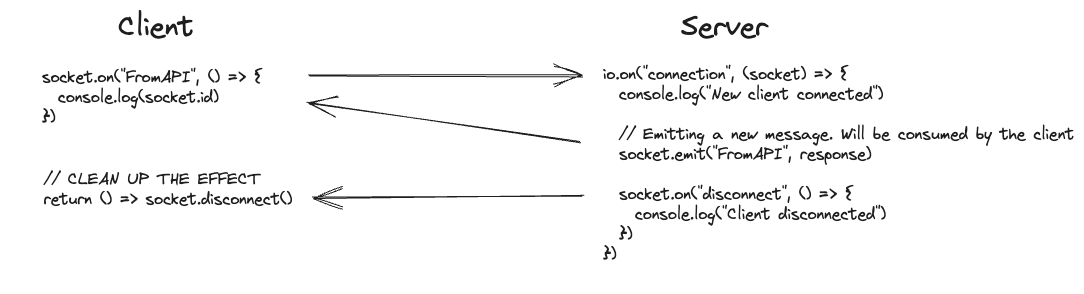
This is socket.io states.excalidraw.png from 11646729/socket-io, a Excalidraw export, as it was before one commit. Source tidied: one line per element, renumbered; positions are measured from the earlier drawing's top-left corner, leaving out a move shared by most shapes. Source of this version:
```json
{"id": 0, "type": "text", "text": "Client", "strokeColor": "#1e1e1e", "strokeWidth": 1, "roughness": 1, "fontSize": 28, "fontFamily": 1, "x": 108, "y": 0, "width": 76, "height": 35}
{"id": 1, "type": "text", "text": "Server", "strokeColor": "#1e1e1e", "strokeWidth": 1, "roughness": 1, "fontSize": 28, "fontFamily": 1, "x": 671, "y": 0, "width": 86, "height": 35}
{"id": 2, "type": "text", "text": "    socket.on(\"FromAPI\", () => {\n      console.log(socket.id)\n    })\n", "strokeColor": "#1e1e1e", "strokeWidth": 1, "roughness": 1, "fontSize": 16, "fontFamily": 1, "x": 0, "y": 58, "width": 253, "height": 80}
{"id": 3, "type": "text", "text": "io.on(\"connection\", (socket) => {\n  console.log(\"New client connected\")\n\n  // Emitting a new message. Will be consumed by the client\n  socket.emit(\"FromAPI\", response)\n\n  socket.on(\"disconnect\", () => {\n    console.log(\"Client disconnected\")\n  })\n})\n", "strokeColor": "#1e1e1e", "strokeWidth": 1, "roughness": 1, "fontSize": 16, "fontFamily": 1, "x": 593, "y": 55, "width": 471, "height": 220}
{"id": 4, "type": "text", "text": "// CLEAN UP THE EFFECT\nreturn () => socket.disconnect()\n", "strokeColor": "#1e1e1e", "strokeWidth": 1, "roughness": 1, "fontSize": 16, "fontFamily": 1, "x": 34, "y": 160, "width": 248, "height": 60}
{"id": 5, "type": "arrow", "strokeColor": "#1e1e1e", "strokeWidth": 1, "roughness": 1, "endArrowhead": "arrow", "round": true, "to": 3, "x": 299, "y": 66, "width": 272, "height": 1, "points": [[0, 0], [272, 1]]}
{"id": 6, "type": "arrow", "strokeColor": "#1e1e1e", "strokeWidth": 1, "roughness": 1, "endArrowhead": "arrow", "round": true, "from": 3, "x": 572, "y": 186, "width": 269, "height": 1, "points": [[0, 0], [-269, 1]]}
{"id": 7, "type": "arrow", "strokeColor": "#1e1e1e", "strokeWidth": 1, "roughness": 1, "endArrowhead": "arrow", "round": true, "from": 3, "x": 570, "y": 133, "width": 273, "height": 40, "points": [[0, 0], [-273, -40]]}
```
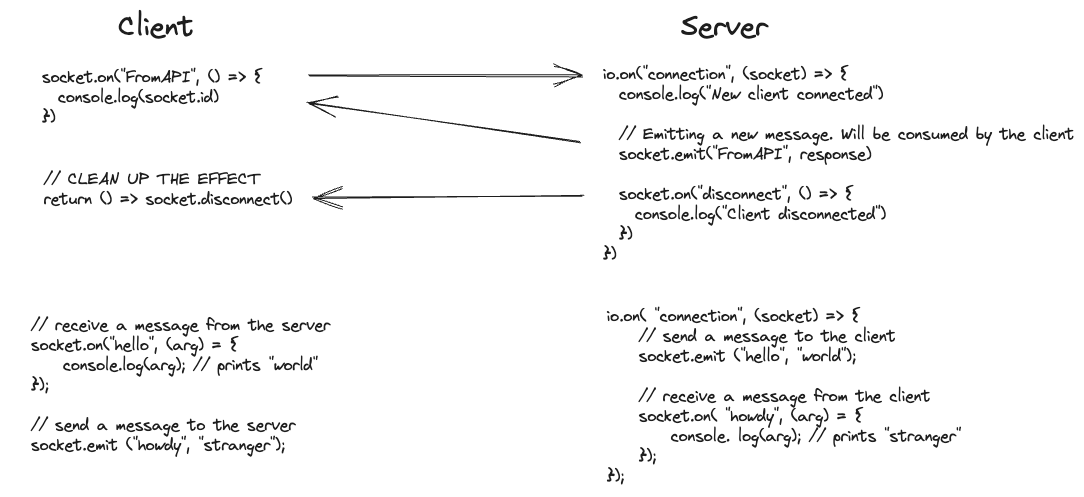
Later version of the same file.

What changed in the source:
```diff
@@ -6,3 +6,5 @@
 {"id": 5, "type": "arrow", "strokeColor": "#1e1e1e", "strokeWidth": 1, "roughness": 1, "endArrowhead": "arrow", "round": true, "to": 3, "x": 299, "y": 66, "width": 272, "height": 1, "points": [[0, 0], [272, 1]]}
 {"id": 6, "type": "arrow", "strokeColor": "#1e1e1e", "strokeWidth": 1, "roughness": 1, "endArrowhead": "arrow", "round": true, "from": 3, "x": 572, "y": 186, "width": 269, "height": 1, "points": [[0, 0], [-269, 1]]}
 {"id": 7, "type": "arrow", "strokeColor": "#1e1e1e", "strokeWidth": 1, "roughness": 1, "endArrowhead": "arrow", "round": true, "from": 3, "x": 570, "y": 133, "width": 273, "height": 40, "points": [[0, 0], [-273, -40]]}
+{"id": 8, "type": "text", "text": "io.on( \"connection\", (socket) => {\n    // send a message to the client\n    socket.emit (\"hello\", \"world\");\n    \n    // receive a message from the client\n    socket.on( \"howdy\", (arg) = {\n        console. log(arg); // prints \"stranger\"\n    });\n});", "strokeColor": "#1e1e1e", "strokeWidth": 1, "roughness": 1, "fontSize": 16, "fontFamily": 1, "x": 597, "y": 297, "width": 354, "height": 180}
+{"id": 9, "type": "text", "text": "// receive a message from the server\nsocket.on(\"hello\", (arg) = {\n    console.log(arg); // prints \"world\"\n});\n\n// send a message to the server\nsocket.emit (\"howdy\", \"stranger\");", "strokeColor": "#1e1e1e", "strokeWidth": 1, "roughness": 1, "fontSize": 16, "fontFamily": 1, "x": 21, "y": 306, "width": 299, "height": 140}
```
